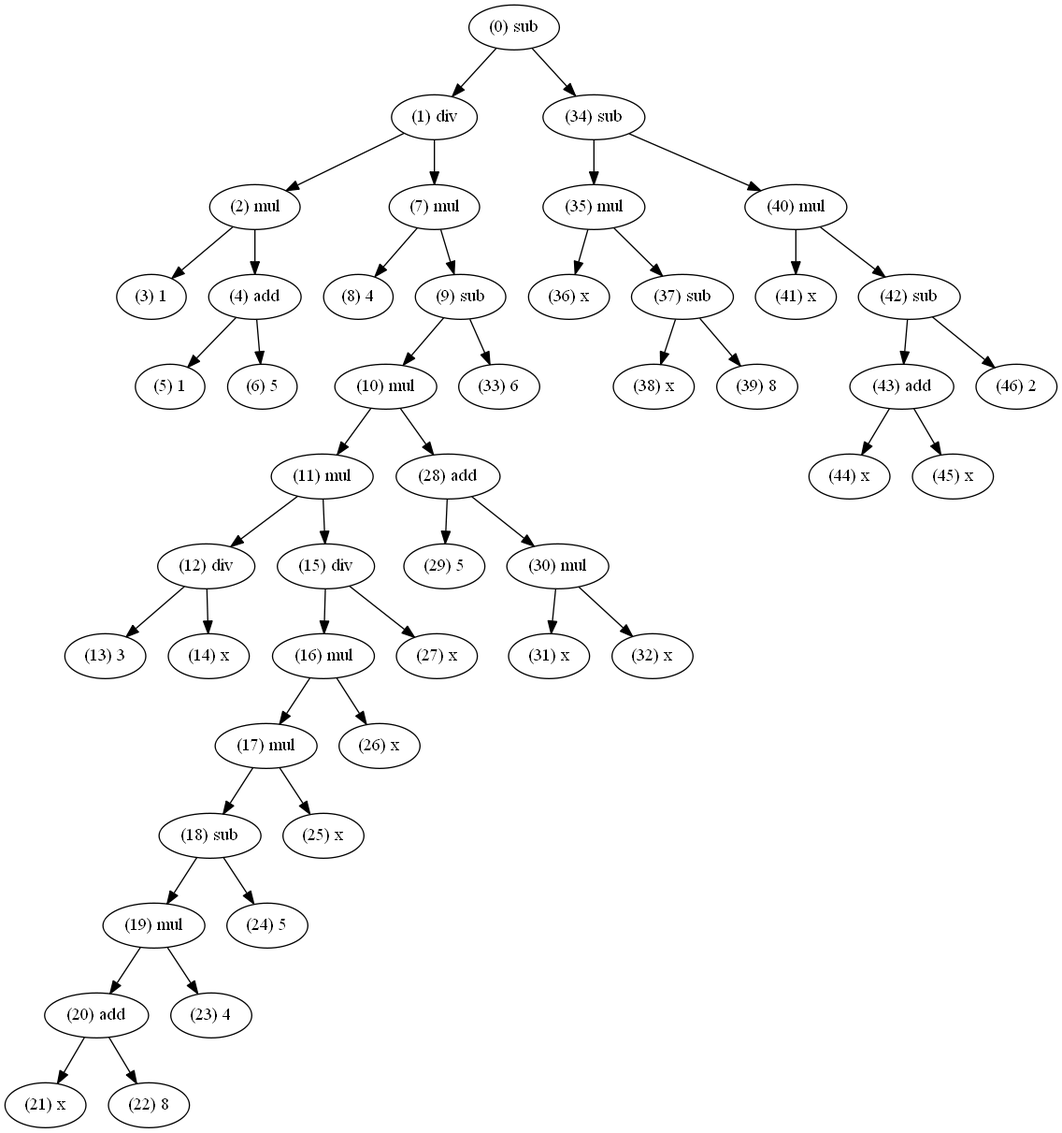
The Graphviz diagram GeneticProgramming/Digraph.gv.png in KobayashiKatsuki/EvolutionalComputation, before a commit. Its source is kept beside it as GeneticProgramming/Digraph.gv.
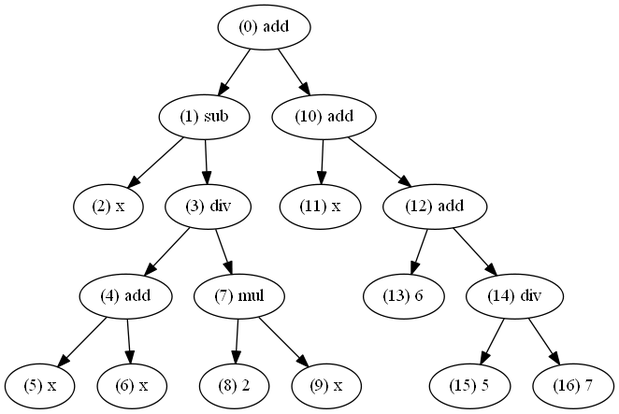
The same file after the commit.

The edit, as a diff of the source:
```diff
@@ -1,95 +1,35 @@
 digraph {
-	"(0) sub"
-	"(0) sub" -> "(1) div"
-	"(0) sub" -> "(34) sub"
-	"(1) div"
-	"(1) div" -> "(2) mul"
-	"(1) div" -> "(7) mul"
-	"(2) mul"
-	"(2) mul" -> "(3) 1"
-	"(2) mul" -> "(4) add"
-	"(3) 1"
+	"(0) add"
+	"(0) add" -> "(1) sub"
+	"(0) add" -> "(10) add"
+	"(1) sub"
+	"(1) sub" -> "(2) x"
+	"(1) sub" -> "(3) div"
+	"(2) x"
+	"(3) div"
+	"(3) div" -> "(4) add"
+	"(3) div" -> "(7) mul"
 	"(4) add"
-	"(4) add" -> "(5) 1"
-	"(4) add" -> "(6) 5"
-	"(5) 1"
-	"(6) 5"
+	"(4) add" -> "(5) x"
+	"(4) add" -> "(6) x"
+	"(5) x"
+	"(6) x"
 	"(7) mul"
-	"(7) mul" -> "(8) 4"
-	"(7) mul" -> "(9) sub"
-	"(8) 4"
-	"(9) sub"
-	"(9) sub" -> "(10) mul"
-	"(9) sub" -> "(33) 6"
-	"(10) mul"
-	"(10) mul" -> "(11) mul"
-	"(10) mul" -> "(28) add"
-	"(11) mul"
-	"(11) mul" -> "(12) div"
-	"(11) mul" -> "(15) div"
-	"(12) div"
-	"(12) div" -> "(13) 3"
-	"(12) div" -> "(14) x"
-	"(13) 3"
-	"(14) x"
-	"(15) div"
-	"(15) div" -> "(16) mul"
-	"(15) div" -> "(27) x"
-	"(16) mul"
-	"(16) mul" -> "(17) mul"
-	"(16) mul" -> "(26) x"
-	"(17) mul"
-	"(17) mul" -> "(18) sub"
-	"(17) mul" -> "(25) x"
-	"(18) sub"
-	"(18) sub" -> "(19) mul"
-	"(18) sub" -> "(24) 5"
-	"(19) mul"
-	"(19) mul" -> "(20) add"
-	"(19) mul" -> "(23) 4"
-	"(20) add"
-	"(20) add" -> "(21) x"
-	"(20) add" -> "(22) 8"
-	"(21) x"
-	"(22) 8"
-	"(23) 4"
-	"(24) 5"
-	"(25) x"
-	"(26) x"
-	"(27) x"
-	"(28) add"
-	"(28) add" -> "(29) 5"
-	"(28) add" -> "(30) mul"
-	"(29) 5"
-	"(30) mul"
-	"(30) mul" -> "(31) x"
-	"(30) mul" -> "(32) x"
-	"(31) x"
-	"(32) x"
-	"(34) sub"
-	"(34) sub" -> "(35) mul"
-	"(34) sub" -> "(40) mul"
-	"(35) mul"
-	"(35) mul" -> "(36) x"
-	"(35) mul" -> "(37) sub"
-	"(36) x"
-	"(37) sub"
-	"(37) sub" -> "(38) x"
-	"(37) sub" -> "(39) 8"
-	"(38) x"
-	"(39) 8"
-	"(40) mul"
-	"(40) mul" -> "(41) x"
-	"(40) mul" -> "(42) sub"
-	"(41) x"
-	"(42) sub"
-	"(42) sub" -> "(43) add"
-	"(42) sub" -> "(46) 2"
-	"(43) add"
-	"(43) add" -> "(44) x"
-	"(43) add" -> "(45) x"
-	"(44) x"
-	"(45) x"
-	"(46) 2"
-	"(33) 6"
+	"(7) mul" -> "(8) 2"
+	"(7) mul" -> "(9) x"
+	"(8) 2"
+	"(9) x"
+	"(10) add"
+	"(10) add" -> "(11) x"
+	"(10) add" -> "(12) add"
+	"(11) x"
+	"(12) add"
+	"(12) add" -> "(13) 6"
+	"(12) add" -> "(14) div"
+	"(13) 6"
+	"(14) div"
+	"(14) div" -> "(15) 5"
+	"(14) div" -> "(16) 7"
+	"(15) 5"
+	"(16) 7"
 }
```
